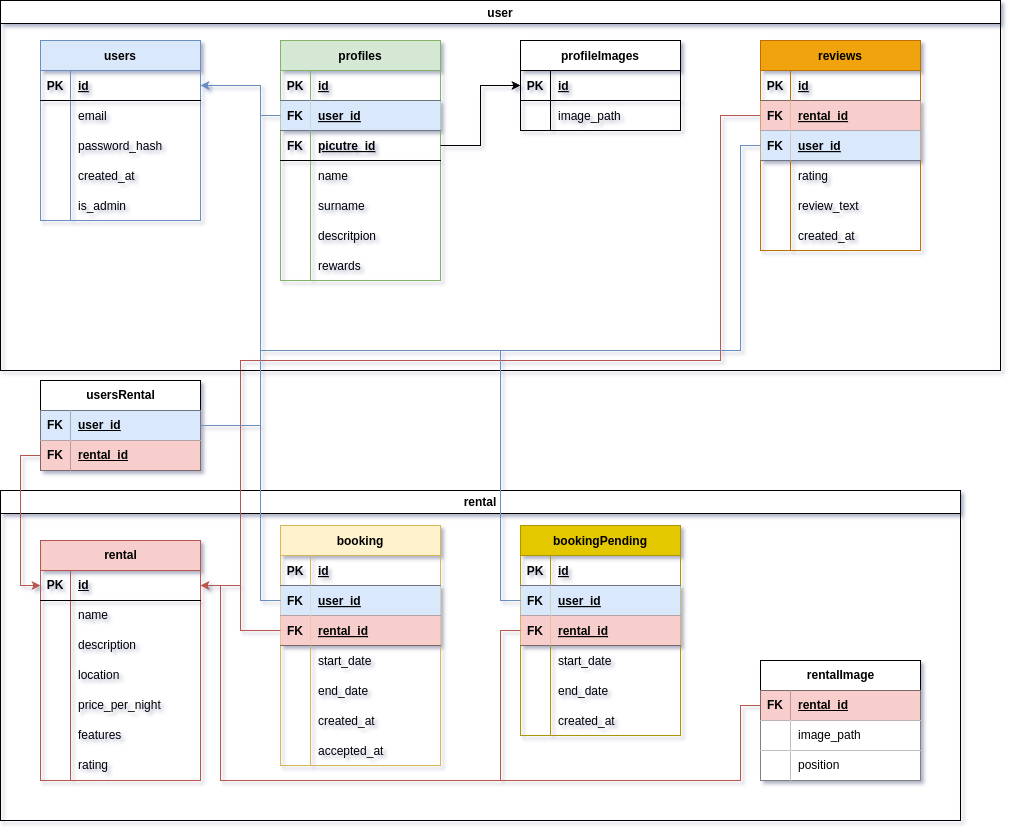
This is hatarent.drawio.png from dobr9k07/airbnb-dobr9k, a draw.io export, as it was before one commit. Source tidied: cells renumbered, new cells last; positions are measured from the earlier drawing's top-left corner, leaving out a move shared by most shapes.
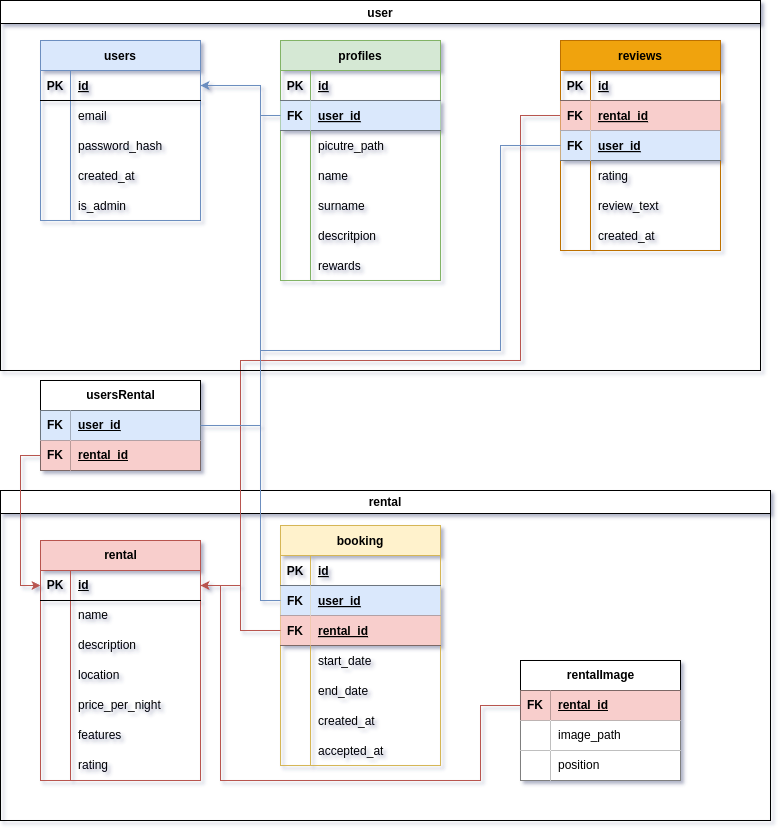
After the change.

Change to the diagram source:
```diff
@@ -3,65 +3,8 @@
     <mxCell id="0" />
     <mxCell id="1" parent="0" />
     <mxCell id="2" value="rental" style="swimlane;whiteSpace=wrap;html=1;glass=0;rounded=0;shadow=0;swimlaneLine=1;" parent="1" vertex="1">
-      <mxGeometry y="490" width="960" height="330" as="geometry" />
+      <mxGeometry y="490" width="770" height="330" as="geometry" />
     </mxCell>
-    <mxCell id="3" value="bookingPending" style="shape=table;startSize=30;rowLines=0;fontStyle=1;align=center;swimlaneBody=1;fillColor=#e3c800;strokeColor=#B09500;fontColor=#000000;" parent="2" vertex="1">
-      <mxGeometry x="520" y="35" width="160" height="210" as="geometry" />
-    </mxCell>
-    <mxCell id="4" style="shape=partialRectangle;fillColor=none;top=0;left=0;right=0;bottom=1;" parent="3" vertex="1">
-      <mxGeometry y="30" width="160" height="30" as="geometry" />
-    </mxCell>
-    <mxCell id="5" value="PK" style="shape=partialRectangle;overflow=hidden;fillColor=none;top=0;left=0;bottom=0;right=0;fontStyle=1;" parent="4" vertex="1">
-      <mxGeometry width="30" height="30" as="geometry" />
-    </mxCell>
-    <mxCell id="6" value="id" style="shape=partialRectangle;overflow=hidden;fillColor=none;top=0;left=0;bottom=0;right=0;align=left;spacingLeft=6;fontStyle=5;" parent="4" vertex="1">
-      <mxGeometry x="30" width="130" height="30" as="geometry" />
-    </mxCell>
-    <mxCell id="7" style="shape=partialRectangle;fillColor=none;points=[[0,0.5],[1,0.5]];portConstraint=eastwest;top=0;left=0;right=0;bottom=1;" parent="3" vertex="1">
-      <mxGeometry y="60" width="160" height="30" as="geometry" />
-    </mxCell>
-    <mxCell id="8" value="FK" style="shape=partialRectangle;overflow=hidden;fillColor=#dae8fc;top=0;left=0;bottom=0;right=0;fontStyle=1;strokeColor=#6c8ebf;" parent="7" vertex="1">
-      <mxGeometry width="30" height="30" as="geometry" />
-    </mxCell>
-    <mxCell id="9" value="user_id" style="shape=partialRectangle;overflow=hidden;fillColor=#dae8fc;top=0;left=0;bottom=0;right=0;align=left;spacingLeft=6;fontStyle=5;strokeColor=#6c8ebf;" parent="7" vertex="1">
-      <mxGeometry x="30" width="130" height="30" as="geometry" />
-    </mxCell>
-    <mxCell id="10" style="shape=partialRectangle;fillColor=none;points=[[0,0.5],[1,0.5]];portConstraint=eastwest;top=0;left=0;right=0;bottom=1;" parent="3" vertex="1">
-      <mxGeometry y="90" width="160" height="30" as="geometry" />
-    </mxCell>
-    <mxCell id="11" value="FK" style="shape=partialRectangle;overflow=hidden;fillColor=#f8cecc;top=0;left=0;bottom=0;right=0;fontStyle=1;strokeColor=#b85450;" parent="10" vertex="1">
-      <mxGeometry width="30" height="30" as="geometry" />
-    </mxCell>
-    <mxCell id="12" value="rental_id" style="shape=partialRectangle;overflow=hidden;fillColor=#f8cecc;top=0;left=0;bottom=0;right=0;align=left;spacingLeft=6;fontStyle=5;strokeColor=#b85450;" parent="10" vertex="1">
-      <mxGeometry x="30" width="130" height="30" as="geometry" />
-    </mxCell>
-    <mxCell id="13" style="shape=partialRectangle;fillColor=none;top=0;left=0;right=0;bottom=0;" parent="3" vertex="1">
-      <mxGeometry y="120" width="160" height="30" as="geometry" />
-    </mxCell>
-    <mxCell id="14" style="shape=partialRectangle;overflow=hidden;fillColor=none;top=0;left=0;bottom=0;right=0;" parent="13" vertex="1">
-      <mxGeometry width="30" height="30" as="geometry" />
-    </mxCell>
-    <mxCell id="15" value="start_date" style="shape=partialRectangle;overflow=hidden;fillColor=none;top=0;left=0;bottom=0;right=0;align=left;spacingLeft=6;" parent="13" vertex="1">
-      <mxGeometry x="30" width="130" height="30" as="geometry" />
-    </mxCell>
-    <mxCell id="16" style="shape=partialRectangle;fillColor=none;top=0;left=0;right=0;bottom=0;" parent="3" vertex="1">
-      <mxGeometry y="150" width="160" height="30" as="geometry" />
-    </mxCell>
-    <mxCell id="17" style="shape=partialRectangle;overflow=hidden;fillColor=none;top=0;left=0;bottom=0;right=0;" parent="16" vertex="1">
-      <mxGeometry width="30" height="30" as="geometry" />
-    </mxCell>
-    <mxCell id="18" value="end_date" style="shape=partialRectangle;overflow=hidden;fillColor=none;top=0;left=0;bottom=0;right=0;align=left;spacingLeft=6;" parent="16" vertex="1">
-      <mxGeometry x="30" width="130" height="30" as="geometry" />
-    </mxCell>
-    <mxCell id="19" style="shape=partialRectangle;fillColor=none;top=0;left=0;right=0;bottom=0;" parent="3" vertex="1">
-      <mxGeometry y="180" width="160" height="30" as="geometry" />
-    </mxCell>
-    <mxCell id="20" style="shape=partialRectangle;overflow=hidden;fillColor=none;top=0;left=0;bottom=0;right=0;" parent="19" vertex="1">
-      <mxGeometry width="30" height="30" as="geometry" />
-    </mxCell>
-    <mxCell id="21" value="created_at" style="shape=partialRectangle;overflow=hidden;fillColor=none;top=0;left=0;bottom=0;right=0;align=left;spacingLeft=6;" parent="19" vertex="1">
-      <mxGeometry x="30" width="130" height="30" as="geometry" />
-    </mxCell>
     <mxCell id="22" value="booking" style="shape=table;startSize=30;rowLines=0;fontStyle=1;align=center;swimlaneBody=1;fillColor=#fff2cc;strokeColor=#d6b656;" parent="2" vertex="1">
       <mxGeometry x="280" y="35" width="160" height="240" as="geometry" />
     </mxCell>
@@ -202,18 +145,8 @@
         </Array>
       </mxGeometry>
     </mxCell>
-    <mxCell id="67" style="edgeStyle=orthogonalEdgeStyle;rounded=0;jettySize=auto;html=1;exitX=0;exitY=0.5;exitDx=0;exitDy=0;entryX=1;entryY=0.5;entryDx=0;entryDy=0;fillColor=#f8cecc;strokeColor=#b85450;" parent="2" edge="1" source="10" target="45">
-      <mxGeometry relative="1" as="geometry">
-        <Array as="points">
-          <mxPoint x="500" y="140" />
-          <mxPoint x="500" y="290" />
-          <mxPoint x="220" y="290" />
-          <mxPoint x="220" y="95" />
-        </Array>
-      </mxGeometry>
-    </mxCell>
     <mxCell id="68" value="rentalImage" style="shape=table;startSize=30;rowLines=0;fontStyle=1;align=center;html=1;" parent="2" vertex="1">
-      <mxGeometry x="760" y="170" width="160" height="120" as="geometry" />
+      <mxGeometry x="520" y="170" width="160" height="120" as="geometry" />
     </mxCell>
     <mxCell id="69" style="shape=tableRow;horizontal=0;startSize=0;swimlaneHead=0;swimlaneBody=0;fillColor=none;points=[[0,0.5],[1,0.5]];portConstraint=eastwest;top=0;left=0;right=0;bottom=1;" parent="68" vertex="1">
       <mxGeometry y="30" width="160" height="30" as="geometry" />
@@ -245,8 +178,8 @@
     <mxCell id="78" style="edgeStyle=orthogonalEdgeStyle;rounded=0;jettySize=auto;html=1;exitX=0;exitY=0.5;exitDx=0;exitDy=0;entryX=1;entryY=0.5;entryDx=0;entryDy=0;fillColor=#f8cecc;strokeColor=#b85450;" parent="2" edge="1" source="69" target="45">
       <mxGeometry relative="1" as="geometry">
         <Array as="points">
-          <mxPoint x="740" y="215" />
-          <mxPoint x="740" y="290" />
+          <mxPoint x="480" y="215" />
+          <mxPoint x="480" y="290" />
           <mxPoint x="220" y="290" />
           <mxPoint x="220" y="95" />
         </Array>
@@ -279,18 +212,18 @@
     <mxCell id="87" style="edgeStyle=orthogonalEdgeStyle;rounded=0;jettySize=auto;html=1;entryX=1;entryY=0.5;entryDx=0;entryDy=0;fillColor=#f8cecc;strokeColor=#b85450;exitX=0;exitY=0.5;exitDx=0;exitDy=0;" parent="1" edge="1" source="93" target="45">
       <mxGeometry relative="1" as="geometry">
         <Array as="points">
-          <mxPoint x="720" y="115" />
-          <mxPoint x="720" y="360" />
+          <mxPoint x="520" y="115" />
+          <mxPoint x="520" y="360" />
           <mxPoint x="240" y="360" />
           <mxPoint x="240" y="585" />
         </Array>
       </mxGeometry>
     </mxCell>
     <mxCell id="88" value="user" style="swimlane;" parent="1" vertex="1">
-      <mxGeometry width="1000" height="370" as="geometry" />
+      <mxGeometry width="760" height="370" as="geometry" />
     </mxCell>
     <mxCell id="89" value="reviews" style="shape=table;startSize=30;rowLines=0;fontStyle=1;align=center;swimlaneBody=1;fillColor=#f0a30a;fontColor=#000000;strokeColor=#BD7000;" parent="88" vertex="1">
-      <mxGeometry x="760" y="40" width="160" height="210" as="geometry" />
+      <mxGeometry x="560" y="40" width="160" height="210" as="geometry" />
     </mxCell>
     <mxCell id="90" style="shape=partialRectangle;fillColor=none;top=0;left=0;right=0;bottom=1;" parent="89" vertex="1">
       <mxGeometry y="30" width="160" height="30" as="geometry" />
@@ -346,27 +279,6 @@
     <mxCell id="107" value="created_at" style="shape=partialRectangle;overflow=hidden;fillColor=none;top=0;left=0;bottom=0;right=0;align=left;spacingLeft=6;" parent="105" vertex="1">
       <mxGeometry x="30" width="130" height="30" as="geometry" />
     </mxCell>
-    <mxCell id="108" value="profileImages" style="shape=table;startSize=30;rowLines=0;fontStyle=1;align=center;swimlaneBody=1;" parent="88" vertex="1">
-      <mxGeometry x="520" y="40" width="160" height="90" as="geometry" />
-    </mxCell>
-    <mxCell id="109" style="shape=partialRectangle;fillColor=none;points=[[0,0.5],[1,0.5]];portConstraint=eastwest;top=0;left=0;right=0;bottom=1;" parent="108" vertex="1">
-      <mxGeometry y="30" width="160" height="30" as="geometry" />
-    </mxCell>
-    <mxCell id="110" value="PK" style="shape=partialRectangle;overflow=hidden;fillColor=none;top=0;left=0;bottom=0;right=0;fontStyle=1;" parent="109" vertex="1">
-      <mxGeometry width="30" height="30" as="geometry" />
-    </mxCell>
-    <mxCell id="111" value="id" style="shape=partialRectangle;overflow=hidden;fillColor=none;top=0;left=0;bottom=0;right=0;align=left;spacingLeft=6;fontStyle=5;" parent="109" vertex="1">
-      <mxGeometry x="30" width="130" height="30" as="geometry" />
-    </mxCell>
-    <mxCell id="112" style="shape=partialRectangle;fillColor=none;top=0;left=0;right=0;bottom=0;" parent="108" vertex="1">
-      <mxGeometry y="60" width="160" height="30" as="geometry" />
-    </mxCell>
-    <mxCell id="113" style="shape=partialRectangle;overflow=hidden;fillColor=none;top=0;left=0;bottom=0;right=0;" parent="112" vertex="1">
-      <mxGeometry width="30" height="30" as="geometry" />
-    </mxCell>
-    <mxCell id="114" value="image_path" style="shape=partialRectangle;overflow=hidden;fillColor=none;top=0;left=0;bottom=0;right=0;align=left;spacingLeft=6;" parent="112" vertex="1">
-      <mxGeometry x="30" width="130" height="30" as="geometry" />
-    </mxCell>
     <mxCell id="115" value="profiles" style="shape=table;startSize=30;rowLines=0;fontStyle=1;align=center;swimlaneBody=1;fillColor=#d5e8d4;strokeColor=#82b366;" parent="88" vertex="1">
       <mxGeometry x="280" y="40" width="160" height="240" as="geometry" />
     </mxCell>
@@ -388,13 +300,13 @@
     <mxCell id="121" value="user_id" style="shape=partialRectangle;overflow=hidden;fillColor=#dae8fc;top=0;left=0;bottom=0;right=0;align=left;spacingLeft=6;fontStyle=5;strokeColor=#6c8ebf;" parent="119" vertex="1">
       <mxGeometry x="30" width="130" height="30" as="geometry" />
     </mxCell>
-    <mxCell id="122" style="shape=partialRectangle;fillColor=none;points=[[0,0.5],[1,0.5]];portConstraint=eastwest;top=0;left=0;right=0;bottom=1;" parent="115" vertex="1">
+    <mxCell id="122" style="shape=partialRectangle;fillColor=none;points=[[0,0.5],[1,0.5]];portConstraint=eastwest;top=0;left=0;right=0;bottom=0;strokeColor=default;" parent="115" vertex="1">
       <mxGeometry y="90" width="160" height="30" as="geometry" />
     </mxCell>
-    <mxCell id="123" value="FK" style="shape=partialRectangle;overflow=hidden;fillColor=none;top=0;left=0;bottom=0;right=0;fontStyle=1;" parent="122" vertex="1">
+    <mxCell id="123" style="shape=partialRectangle;overflow=hidden;fillColor=none;top=0;left=0;bottom=0;right=0;fontStyle=1;strokeColor=default;" parent="122" vertex="1">
       <mxGeometry width="30" height="30" as="geometry" />
     </mxCell>
-    <mxCell id="124" value="picutre_id" style="shape=partialRectangle;overflow=hidden;fillColor=none;top=0;left=0;bottom=0;right=0;align=left;spacingLeft=6;fontStyle=5;" parent="122" vertex="1">
+    <mxCell id="124" value="picutre_path" style="shape=partialRectangle;overflow=hidden;fillColor=none;top=0;left=0;bottom=0;right=0;align=left;spacingLeft=6;fontStyle=0;strokeColor=default;" parent="122" vertex="1">
       <mxGeometry x="30" width="130" height="30" as="geometry" />
     </mxCell>
     <mxCell id="125" style="shape=partialRectangle;fillColor=none;top=0;left=0;right=0;bottom=0;" parent="115" vertex="1">
@@ -433,9 +345,6 @@
     <mxCell id="136" value="rewards" style="shape=partialRectangle;overflow=hidden;fillColor=none;top=0;left=0;bottom=0;right=0;align=left;spacingLeft=6;" parent="134" vertex="1">
       <mxGeometry x="30" width="130" height="30" as="geometry" />
     </mxCell>
-    <mxCell id="137" style="edgeStyle=orthogonalEdgeStyle;rounded=0;jettySize=auto;html=1;" parent="88" edge="1" source="122" target="109">
-      <mxGeometry relative="1" as="geometry" />
-    </mxCell>
     <mxCell id="138" value="users" style="shape=table;startSize=30;rowLines=0;fontStyle=1;align=center;swimlaneBody=1;fillColor=#dae8fc;strokeColor=#6c8ebf;" parent="88" vertex="1">
       <mxGeometry x="40" y="40" width="160" height="180" as="geometry" />
     </mxCell>
@@ -495,8 +404,8 @@
     <mxCell id="155" style="edgeStyle=orthogonalEdgeStyle;rounded=0;jettySize=auto;html=1;entryX=1;entryY=0.5;entryDx=0;entryDy=0;fillColor=#dae8fc;strokeColor=#6c8ebf;exitX=0;exitY=0.5;exitDx=0;exitDy=0;" parent="88" edge="1" source="96" target="139">
       <mxGeometry relative="1" as="geometry">
         <Array as="points">
-          <mxPoint x="740" y="145" />
-          <mxPoint x="740" y="350" />
+          <mxPoint x="500" y="145" />
+          <mxPoint x="500" y="350" />
           <mxPoint x="260" y="350" />
           <mxPoint x="260" y="85" />
         </Array>
@@ -518,15 +427,5 @@
         </Array>
       </mxGeometry>
     </mxCell>
-    <mxCell id="158" style="edgeStyle=orthogonalEdgeStyle;rounded=0;jettySize=auto;html=1;entryX=1;entryY=0.5;entryDx=0;entryDy=0;fillColor=#dae8fc;strokeColor=#6c8ebf;exitX=0;exitY=0.5;exitDx=0;exitDy=0;" parent="1" edge="1" source="7" target="139">
-      <mxGeometry relative="1" as="geometry">
-        <Array as="points">
-          <mxPoint x="500" y="600" />
-          <mxPoint x="500" y="350" />
-          <mxPoint x="260" y="350" />
-          <mxPoint x="260" y="85" />
-        </Array>
-      </mxGeometry>
-    </mxCell>
   </root>
 </mxGraphModel>
```
